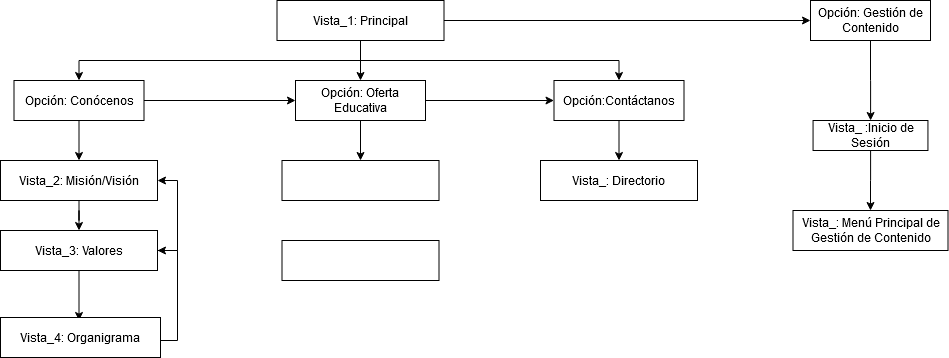
danielNYR/ProjectSchool keeps this draw.io diagram as MapaNavegacion.png. Above is the earlier version. Source tidied: cells renumbered, new cells last; positions are measured from the earlier drawing's top-left corner, leaving out a move shared by most shapes.
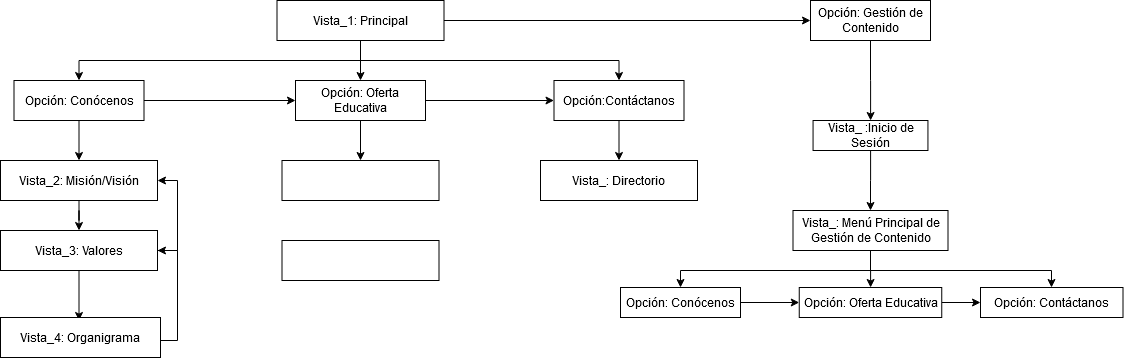
After the commit.

The edit, as a diff of the source:
```diff
@@ -100,6 +100,25 @@
     <mxCell id="26" value="Vista_ :Inicio de Sesión" style="rounded=0;whiteSpace=wrap;html=1;" parent="1" vertex="1">
       <mxGeometry x="812.6" y="120" width="114.9" height="30" as="geometry" />
     </mxCell>
+    <mxCell id="30" style="edgeStyle=orthogonalEdgeStyle;rounded=0;jettySize=auto;html=1;" parent="1" edge="1" source="27" target="34">
+      <mxGeometry relative="1" as="geometry">
+        <Array as="points">
+          <mxPoint x="870" y="270" />
+          <mxPoint x="680" y="270" />
+        </Array>
+      </mxGeometry>
+    </mxCell>
+    <mxCell id="31" style="edgeStyle=orthogonalEdgeStyle;rounded=0;jettySize=auto;html=1;" parent="1" edge="1" source="27" target="36">
+      <mxGeometry relative="1" as="geometry" />
+    </mxCell>
+    <mxCell id="32" style="edgeStyle=orthogonalEdgeStyle;rounded=0;jettySize=auto;html=1;" parent="1" edge="1" source="27" target="37">
+      <mxGeometry relative="1" as="geometry">
+        <Array as="points">
+          <mxPoint x="870" y="270" />
+          <mxPoint x="1051" y="270" />
+        </Array>
+      </mxGeometry>
+    </mxCell>
     <mxCell id="27" value="Vista_: Menú Principal de Gestión de Contenido" style="rounded=0;whiteSpace=wrap;html=1;" parent="1" vertex="1">
       <mxGeometry x="792.5" y="210" width="155" height="40" as="geometry" />
     </mxCell>
@@ -114,5 +133,20 @@
     <mxCell id="29" value="Vista_4: Organigrama" style="rounded=0;whiteSpace=wrap;html=1;" parent="1" vertex="1">
       <mxGeometry y="317" width="160" height="40" as="geometry" />
     </mxCell>
+    <mxCell id="33" style="edgeStyle=orthogonalEdgeStyle;rounded=0;jettySize=auto;html=1;entryX=0;entryY=0.5;entryDx=0;entryDy=0;" parent="1" edge="1" source="34" target="36">
+      <mxGeometry relative="1" as="geometry" />
+    </mxCell>
+    <mxCell id="34" value="Opción: Conócenos" style="whiteSpace=wrap;html=1;rounded=0;" parent="1" vertex="1">
+      <mxGeometry x="620" y="287" width="120" height="30" as="geometry" />
+    </mxCell>
+    <mxCell id="35" style="edgeStyle=orthogonalEdgeStyle;rounded=0;jettySize=auto;html=1;entryX=0;entryY=0.5;entryDx=0;entryDy=0;" parent="1" edge="1" source="36" target="37">
+      <mxGeometry relative="1" as="geometry" />
+    </mxCell>
+    <mxCell id="36" value="Opción: Oferta Educativa" style="whiteSpace=wrap;html=1;rounded=0;" parent="1" vertex="1">
+      <mxGeometry x="798.8" y="287" width="142.5" height="30" as="geometry" />
+    </mxCell>
+    <mxCell id="37" value="Opción: Contáctanos" style="whiteSpace=wrap;html=1;rounded=0;" parent="1" vertex="1">
+      <mxGeometry x="980" y="287" width="142.5" height="30" as="geometry" />
+    </mxCell>
   </root>
 </mxGraphModel>
```
